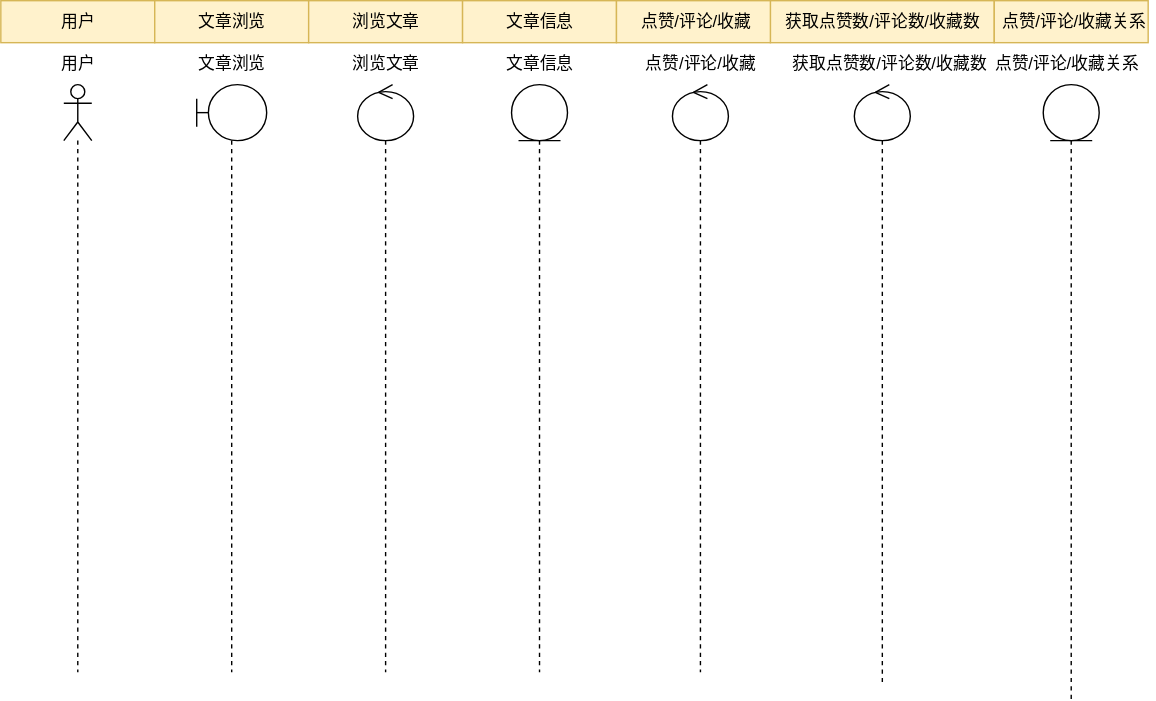
Above: 文章浏览序列图.drawio.svg in WuShangMo/SquidGame1 (draw.io), before the change. Source tidied: cells renumbered, new cells last; positions are measured from the earlier drawing's top-left corner, leaving out a move shared by most shapes.
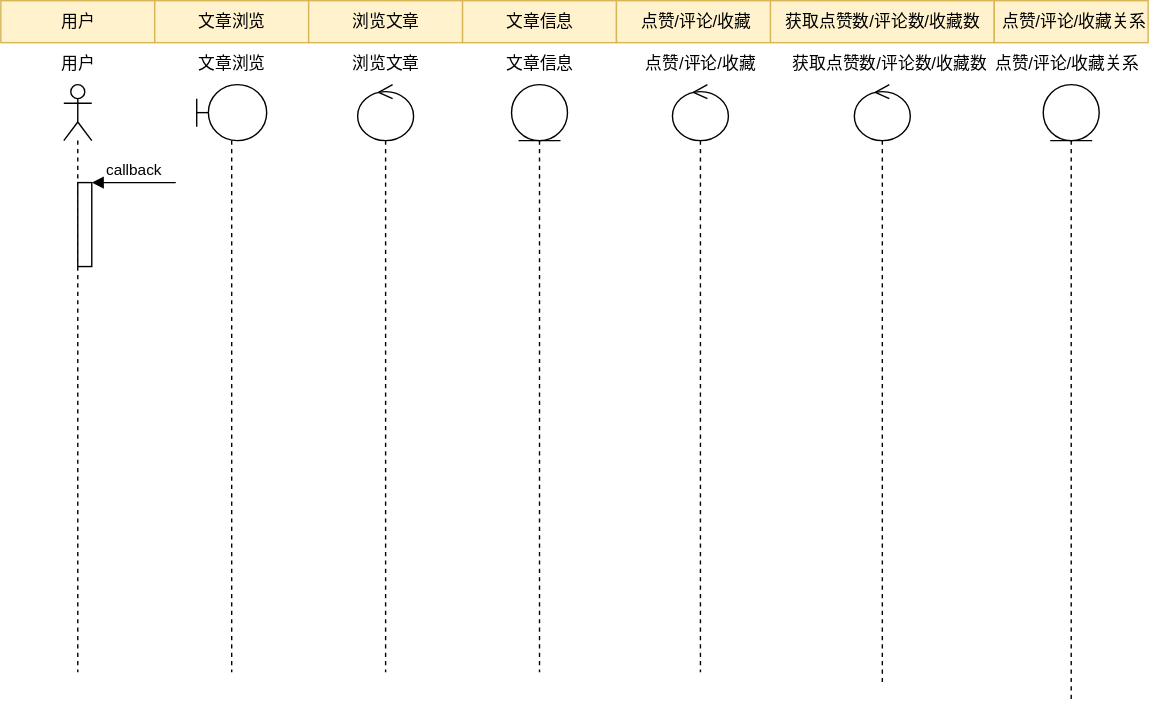
After the change.

Commit message:
更新文章浏览序列图.drawio.svg

What changed in the source:
```diff
@@ -62,6 +62,14 @@
     <mxCell id="21" style="shape=umlLifeline;participant=umlActor;perimeter=lifelinePerimeter;whiteSpace=wrap;html=1;verticalAlign=top;spacingTop=36;" parent="1" vertex="1">
       <mxGeometry x="45" y="60" width="20" height="420" as="geometry" />
     </mxCell>
+    <mxCell id="23" style="html=1;points=[];perimeter=orthogonalPerimeter;" parent="21" vertex="1">
+      <mxGeometry x="10" y="70" width="10" height="60" as="geometry" />
+    </mxCell>
+    <mxCell id="24" value="callback" style="html=1;verticalAlign=bottom;endArrow=block;entryX=1;entryY=0;rounded=0;" parent="21" edge="1" target="23">
+      <mxGeometry relative="1" as="geometry">
+        <mxPoint x="80" y="70" as="sourcePoint" />
+      </mxGeometry>
+    </mxCell>
     <mxCell id="22" value="用户" style="text;html=1;align=center;verticalAlign=middle;strokeColor=none;fillColor=none;" parent="1" vertex="1">
       <mxGeometry x="30" y="30" width="50" height="30" as="geometry" />
     </mxCell>
```
